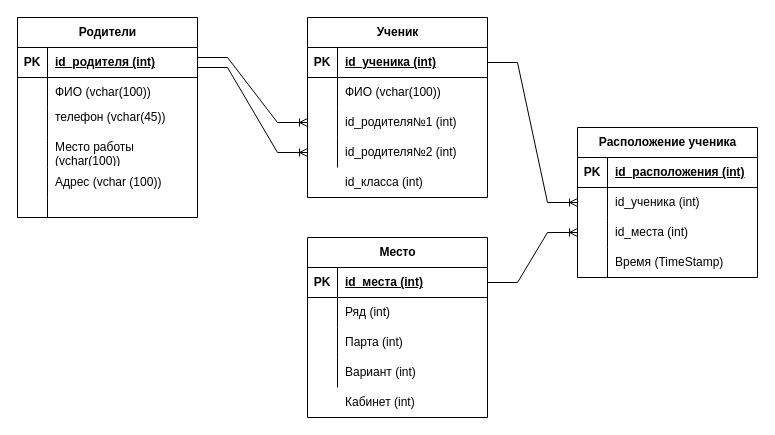
Before: page "Страница 1" (1 of 2) of DB_Seminar3.drawio in alexolhovskiy/BD_diagramma, a draw.io diagram. Source tidied: cells renumbered, new cells numbered last; positions are measured from the earlier drawing's top-left corner, leaving out a move shared by most shapes. Both pictures are drawn from the tidied source at 100%, with x=0, y=0 at pixel (17, 17).
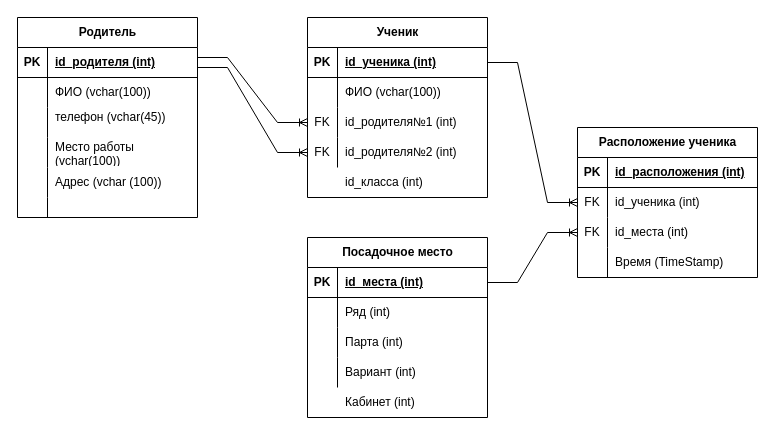
Above is the later version.

The change refers to these unchanged cells:
```xml
<mxCell id="10" style="shape=tableRow;horizontal=0;startSize=0;swimlaneHead=0;swimlaneBody=0;fillColor=none;points=[[0,0.5],[1,0.5]];portConstraint=eastwest;top=0;left=0;right=0;bottom=0;" parent="3" vertex="1">
  <mxGeometry y="90" width="180" height="30" as="geometry" />
</mxCell>
<mxCell id="13" style="shape=tableRow;horizontal=0;startSize=0;swimlaneHead=0;swimlaneBody=0;fillColor=none;points=[[0,0.5],[1,0.5]];portConstraint=eastwest;top=0;left=0;right=0;bottom=0;" parent="3" vertex="1">
  <mxGeometry y="120" width="180" height="30" as="geometry" />
</mxCell>
<mxCell id="23" style="shape=tableRow;horizontal=0;startSize=0;swimlaneHead=0;swimlaneBody=0;fillColor=none;points=[[0,0.5],[1,0.5]];portConstraint=eastwest;top=0;left=0;right=0;bottom=0;strokeColor=default;fontFamily=Helvetica;fontSize=12;fontColor=default;html=1;" parent="19" vertex="1">
  <mxGeometry y="60" width="180" height="30" as="geometry" />
</mxCell>
<mxCell id="26" style="shape=tableRow;horizontal=0;startSize=0;swimlaneHead=0;swimlaneBody=0;fillColor=none;points=[[0,0.5],[1,0.5]];portConstraint=eastwest;top=0;left=0;right=0;bottom=0;strokeColor=default;fontFamily=Helvetica;fontSize=12;fontColor=default;html=1;" parent="19" vertex="1">
  <mxGeometry y="90" width="180" height="30" as="geometry" />
</mxCell>
<mxCell id="32" style="group;" parent="1" vertex="1">
  <mxGeometry x="290" y="220" width="180" height="180" as="geometry" />
</mxCell>
<mxCell id="47" style="group;" parent="1" vertex="1">
  <mxGeometry width="180" height="200" as="geometry" />
</mxCell>
```

Change to the diagram source:
```diff
@@
-    <mxCell id="11" style="shape=partialRectangle;fillColor=none;top=0;left=0;bottom=0;right=0;overflow=hidden;whiteSpace=wrap;html=1;" parent="10" vertex="1">
+    <mxCell id="11" value="FK" style="shape=partialRectangle;fillColor=none;top=0;left=0;bottom=0;right=0;overflow=hidden;whiteSpace=wrap;html=1;" parent="10" vertex="1">
       <mxGeometry width="30" height="30" as="geometry" />
     </mxCell>
@@
-    <mxCell id="14" style="shape=partialRectangle;fillColor=none;top=0;left=0;bottom=0;right=0;overflow=hidden;whiteSpace=wrap;html=1;" parent="13" vertex="1">
+    <mxCell id="14" value="FK" style="shape=partialRectangle;fillColor=none;top=0;left=0;bottom=0;right=0;overflow=hidden;whiteSpace=wrap;html=1;" parent="13" vertex="1">
       <mxGeometry width="30" height="30" as="geometry" />
     </mxCell>
@@
-    <mxCell id="24" style="shape=partialRectangle;fillColor=none;top=0;left=0;bottom=0;right=0;overflow=hidden;whiteSpace=wrap;html=1;strokeColor=default;fontFamily=Helvetica;fontSize=12;fontColor=default;startSize=30;" parent="23" vertex="1">
+    <mxCell id="24" value="FK" style="shape=partialRectangle;fillColor=none;top=0;left=0;bottom=0;right=0;overflow=hidden;whiteSpace=wrap;html=1;strokeColor=default;fontFamily=Helvetica;fontSize=12;fontColor=default;startSize=30;" parent="23" vertex="1">
       <mxGeometry width="30" height="30" as="geometry" />
     </mxCell>
@@
-    <mxCell id="27" style="shape=partialRectangle;fillColor=none;top=0;left=0;bottom=0;right=0;overflow=hidden;whiteSpace=wrap;html=1;strokeColor=default;fontFamily=Helvetica;fontSize=12;fontColor=default;startSize=30;" parent="26" vertex="1">
+    <mxCell id="27" value="FK" style="shape=partialRectangle;fillColor=none;top=0;left=0;bottom=0;right=0;overflow=hidden;whiteSpace=wrap;html=1;strokeColor=default;fontFamily=Helvetica;fontSize=12;fontColor=default;startSize=30;" parent="26" vertex="1">
       <mxGeometry width="30" height="30" as="geometry" />
     </mxCell>
@@
-    <mxCell id="33" value="Место" style="shape=table;startSize=30;childLayout=tableLayout;rowLines=0;fontStyle=1;align=center;html=1;" parent="32" vertex="1">
+    <mxCell id="33" value="Посадочное место" style="shape=table;startSize=30;childLayout=tableLayout;rowLines=0;fontStyle=1;align=center;html=1;" parent="32" vertex="1">
       <mxGeometry width="180" height="180" as="geometry" />
     </mxCell>
@@
-    <mxCell id="48" value="Родители" style="shape=table;startSize=30;childLayout=tableLayout;rowLines=0;fontStyle=1;align=center;html=1;strokeColor=default;fontFamily=Helvetica;fontSize=12;fontColor=default;fillColor=default;" parent="47" vertex="1">
+    <mxCell id="48" value="Родитель" style="shape=table;startSize=30;childLayout=tableLayout;rowLines=0;fontStyle=1;align=center;html=1;strokeColor=default;fontFamily=Helvetica;fontSize=12;fontColor=default;fillColor=default;" parent="47" vertex="1">
       <mxGeometry width="180" height="200" as="geometry" />
     </mxCell>
```
